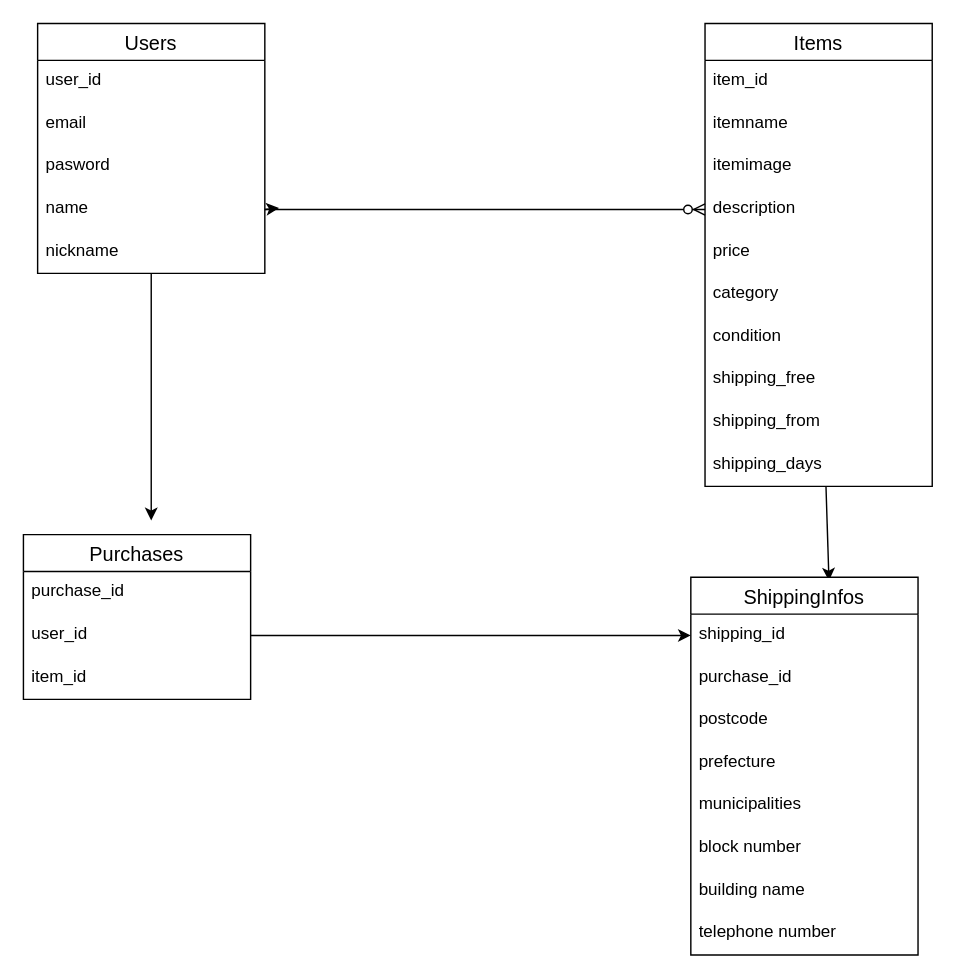
The draw.io diagram page "ページ2" (2 of 2) of ER図.dio in RAMENKIRA/furima-41267, before the edit. Source tidied: cells renumbered, new cells numbered last; positions are measured from the earlier drawing's top-left corner, leaving out a move shared by most shapes. Both pictures are drawn from the tidied source at 142%, with x=0, y=0 at pixel (23, 23).
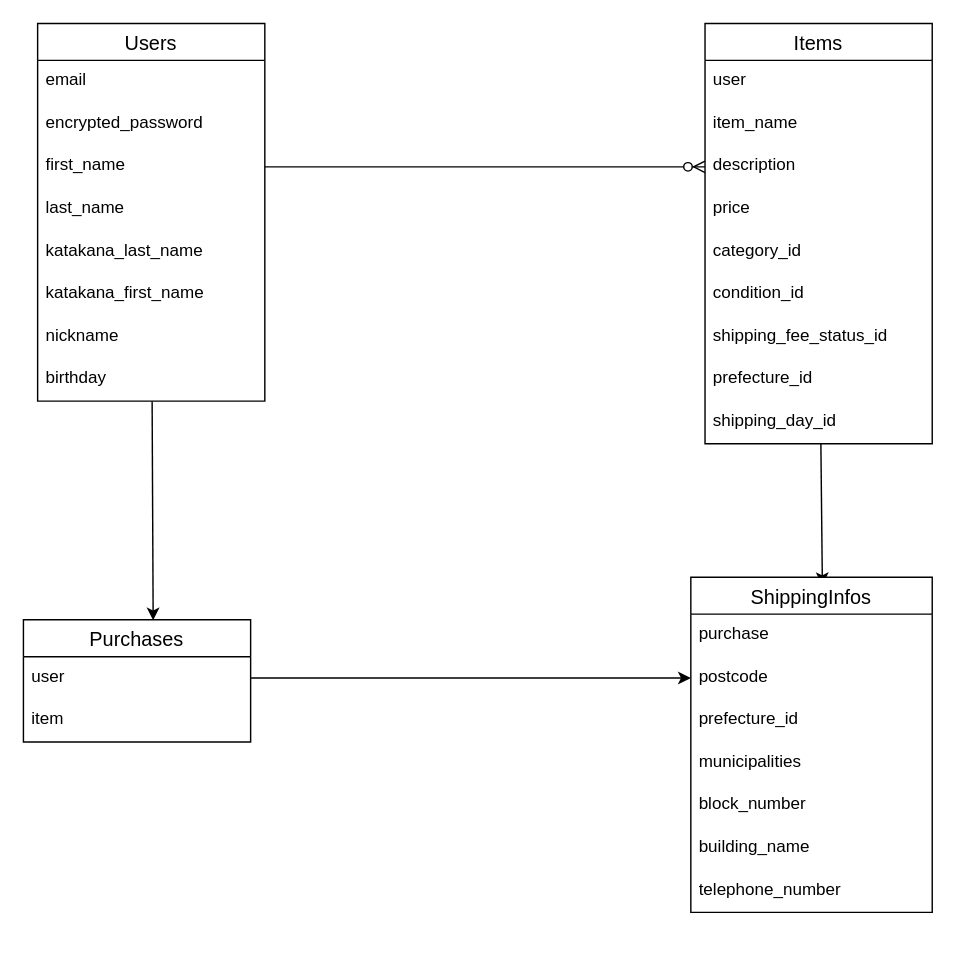
The same diagram, later.

The edit, as a diff of the source:
```diff
@@
-    <mxCell id="2" style="edgeStyle=none;html=1;" parent="1" edge="1" source="3">
-      <mxGeometry relative="1" as="geometry">
-        <mxPoint x="90" y="350" as="targetPoint" />
-      </mxGeometry>
+    <mxCell id="2" style="edgeStyle=none;html=1;entryX=0.571;entryY=0.004;entryDx=0;entryDy=0;entryPerimeter=0;" parent="1" edge="1" source="3" target="21">
+      <mxGeometry relative="1" as="geometry" />
     </mxCell>
     <mxCell id="3" value="Users" style="swimlane;fontStyle=0;horizontal=1;startSize=26;align=center;fontSize=14;" parent="1" vertex="1">
-      <mxGeometry x="10" width="160" height="176" as="geometry" />
+      <mxGeometry x="10" width="160" height="266" as="geometry" />
     </mxCell>
-    <mxCell id="4" value="user_id" style="text;strokeColor=none;fillColor=none;spacingLeft=4;spacingRight=4;overflow=hidden;fontSize=12;" parent="3" vertex="1">
-      <mxGeometry y="26" width="160" height="30" as="geometry" />
-    </mxCell>
     <mxCell id="5" value="email" style="text;strokeColor=none;fillColor=none;spacingLeft=4;spacingRight=4;overflow=hidden;fontSize=12;" parent="3" vertex="1">
-      <mxGeometry y="56" width="160" height="30" as="geometry" />
+      <mxGeometry y="26" width="160" height="30" as="geometry" />
     </mxCell>
-    <mxCell id="6" value="pasword" style="text;strokeColor=none;fillColor=none;spacingLeft=4;spacingRight=4;overflow=hidden;fontSize=12;" parent="3" vertex="1">
-      <mxGeometry y="86" width="160" height="30" as="geometry" />
+    <mxCell id="6" value="encrypted_password" style="text;strokeColor=none;fillColor=none;spacingLeft=4;spacingRight=4;overflow=hidden;fontSize=12;" parent="3" vertex="1">
+      <mxGeometry y="56" width="160" height="30" as="geometry" />
     </mxCell>
-    <mxCell id="7" value="name" style="text;strokeColor=none;fillColor=none;spacingLeft=4;spacingRight=4;overflow=hidden;points=[[0,0.5],[1,0.5]];portConstraint=eastwest;fontSize=12;" parent="3" vertex="1">
-      <mxGeometry y="116" width="160" height="30" as="geometry" />
+    <mxCell id="7" value="first_name" style="text;strokeColor=none;fillColor=none;spacingLeft=4;spacingRight=4;overflow=hidden;points=[[0,0.5],[1,0.5]];portConstraint=eastwest;fontSize=12;" parent="3" vertex="1">
+      <mxGeometry y="86" width="160" height="30" as="geometry" />
     </mxCell>
-    <mxCell id="8" value="nickname" style="text;strokeColor=none;fillColor=none;spacingLeft=4;spacingRight=4;overflow=hidden;fontSize=12;" parent="3" vertex="1">
-      <mxGeometry y="146" width="160" height="30" as="geometry" />
+    <mxCell id="8" value="last_name" style="text;strokeColor=none;fillColor=none;spacingLeft=4;spacingRight=4;overflow=hidden;fontSize=12;" parent="3" vertex="1">
+      <mxGeometry y="116" width="160" height="30" as="geometry" />
     </mxCell>
+    <mxCell id="38" value="katakana_last_name" style="text;strokeColor=none;fillColor=none;spacingLeft=4;spacingRight=4;overflow=hidden;fontSize=12;" parent="3" vertex="1">
+      <mxGeometry y="146" width="160" height="30" as="geometry" />
+    </mxCell>
+    <mxCell id="39" value="katakana_first_name" style="text;strokeColor=none;fillColor=none;spacingLeft=4;spacingRight=4;overflow=hidden;fontSize=12;" parent="3" vertex="1">
+      <mxGeometry y="176" width="160" height="30" as="geometry" />
+    </mxCell>
+    <mxCell id="40" value="nickname" style="text;strokeColor=none;fillColor=none;spacingLeft=4;spacingRight=4;overflow=hidden;fontSize=12;" parent="3" vertex="1">
+      <mxGeometry y="206" width="160" height="30" as="geometry" />
+    </mxCell>
+    <mxCell id="41" value="birthday" style="text;strokeColor=none;fillColor=none;spacingLeft=4;spacingRight=4;overflow=hidden;fontSize=12;" parent="3" vertex="1">
+      <mxGeometry y="236" width="160" height="30" as="geometry" />
+    </mxCell>
-    <mxCell id="9" style="edgeStyle=none;html=1;entryX=0.608;entryY=0.009;entryDx=0;entryDy=0;entryPerimeter=0;" parent="1" edge="1" source="10" target="25">
+    <mxCell id="9" style="edgeStyle=none;html=1;entryX=0.545;entryY=0.024;entryDx=0;entryDy=0;entryPerimeter=0;" parent="1" edge="1" source="10" target="25">
       <mxGeometry relative="1" as="geometry" />
     </mxCell>
     <mxCell id="10" value="Items" style="swimlane;fontStyle=0;horizontal=1;startSize=26;align=center;fontSize=14;" parent="1" vertex="1">
-      <mxGeometry x="480" width="160" height="326" as="geometry" />
+      <mxGeometry x="480" width="160" height="296" as="geometry" />
     </mxCell>
-    <mxCell id="11" value="item_id" style="text;strokeColor=none;fillColor=none;spacingLeft=4;spacingRight=4;overflow=hidden;fontSize=12;" parent="10" vertex="1">
-      <mxGeometry y="26" width="160" height="30" as="geometry" />
-    </mxCell>
-    <mxCell id="12" value="itemname" style="text;strokeColor=none;fillColor=none;spacingLeft=4;spacingRight=4;overflow=hidden;fontSize=12;" parent="10" vertex="1">
-      <mxGeometry y="56" width="160" height="30" as="geometry" />
+    <mxCell id="12" value="user" style="text;strokeColor=none;fillColor=none;spacingLeft=4;spacingRight=4;overflow=hidden;fontSize=12;" parent="10" vertex="1">
+      <mxGeometry y="26" width="160" height="30" as="geometry" />
     </mxCell>
-    <mxCell id="13" value="itemimage" style="text;strokeColor=none;fillColor=none;spacingLeft=4;spacingRight=4;overflow=hidden;fontSize=12;" parent="10" vertex="1">
-      <mxGeometry y="86" width="160" height="30" as="geometry" />
-    </mxCell>
+    <mxCell id="42" value="item_name" style="text;strokeColor=none;fillColor=none;spacingLeft=4;spacingRight=4;overflow=hidden;fontSize=12;" parent="10" vertex="1">
+      <mxGeometry y="56" width="160" height="30" as="geometry" />
+    </mxCell>
-    <mxCell id="14" value="description" style="text;strokeColor=none;fillColor=none;spacingLeft=4;spacingRight=4;overflow=hidden;points=[[0,0.5],[1,0.5]];portConstraint=eastwest;fontSize=12;" parent="10" vertex="1">
-      <mxGeometry y="116" width="160" height="30" as="geometry" />
+    <mxCell id="14" value="description " style="text;strokeColor=none;fillColor=none;spacingLeft=4;spacingRight=4;overflow=hidden;points=[[0,0.5],[1,0.5]];portConstraint=eastwest;fontSize=12;" parent="10" vertex="1">
+      <mxGeometry y="86" width="160" height="30" as="geometry" />
     </mxCell>
     <mxCell id="15" value="price" style="text;strokeColor=none;fillColor=none;spacingLeft=4;spacingRight=4;overflow=hidden;fontSize=12;" parent="10" vertex="1">
-      <mxGeometry y="146" width="160" height="30" as="geometry" />
+      <mxGeometry y="116" width="160" height="30" as="geometry" />
     </mxCell>
-    <mxCell id="16" value="category" style="text;strokeColor=none;fillColor=none;spacingLeft=4;spacingRight=4;overflow=hidden;fontSize=12;" parent="10" vertex="1">
-      <mxGeometry y="176" width="160" height="30" as="geometry" />
-    </mxCell>
-    <mxCell id="17" value="condition" style="text;strokeColor=none;fillColor=none;spacingLeft=4;spacingRight=4;overflow=hidden;fontSize=12;" parent="10" vertex="1">
-      <mxGeometry y="206" width="160" height="30" as="geometry" />
-    </mxCell>
-    <mxCell id="18" value="shipping_free" style="text;strokeColor=none;fillColor=none;spacingLeft=4;spacingRight=4;overflow=hidden;fontSize=12;" parent="10" vertex="1">
-      <mxGeometry y="236" width="160" height="30" as="geometry" />
-    </mxCell>
-    <mxCell id="19" value="shipping_from" style="text;strokeColor=none;fillColor=none;spacingLeft=4;spacingRight=4;overflow=hidden;fontSize=12;" parent="10" vertex="1">
-      <mxGeometry y="266" width="160" height="30" as="geometry" />
-    </mxCell>
-    <mxCell id="20" value="shipping_days" style="text;strokeColor=none;fillColor=none;spacingLeft=4;spacingRight=4;overflow=hidden;fontSize=12;" parent="10" vertex="1">
-      <mxGeometry y="296" width="160" height="30" as="geometry" />
-    </mxCell>
+    <mxCell id="43" value="category_id" style="text;strokeColor=none;fillColor=none;spacingLeft=4;spacingRight=4;overflow=hidden;fontSize=12;" parent="10" vertex="1">
+      <mxGeometry y="146" width="160" height="30" as="geometry" />
+    </mxCell>
+    <mxCell id="44" value="condition_id" style="text;strokeColor=none;fillColor=none;spacingLeft=4;spacingRight=4;overflow=hidden;fontSize=12;" parent="10" vertex="1">
+      <mxGeometry y="176" width="160" height="30" as="geometry" />
+    </mxCell>
+    <mxCell id="45" value="shipping_fee_status_id" style="text;strokeColor=none;fillColor=none;spacingLeft=4;spacingRight=4;overflow=hidden;fontSize=12;" parent="10" vertex="1">
+      <mxGeometry y="206" width="160" height="30" as="geometry" />
+    </mxCell>
+    <mxCell id="46" value="prefecture_id" style="text;strokeColor=none;fillColor=none;spacingLeft=4;spacingRight=4;overflow=hidden;fontSize=12;" parent="10" vertex="1">
+      <mxGeometry y="236" width="160" height="30" as="geometry" />
+    </mxCell>
+    <mxCell id="47" value="shipping_day_id" style="text;strokeColor=none;fillColor=none;spacingLeft=4;spacingRight=4;overflow=hidden;fontSize=12;" parent="10" vertex="1">
+      <mxGeometry y="266" width="160" height="30" as="geometry" />
+    </mxCell>
     <mxCell id="21" value="Purchases" style="swimlane;fontStyle=0;horizontal=1;startSize=26;align=center;fontSize=14;" parent="1" vertex="1">
-      <mxGeometry y="360" width="160" height="116" as="geometry" />
+      <mxGeometry y="420" width="160" height="86" as="geometry" />
     </mxCell>
-    <mxCell id="22" value="purchase_id" style="text;strokeColor=none;fillColor=none;spacingLeft=4;spacingRight=4;overflow=hidden;fontSize=12;" parent="21" vertex="1">
-      <mxGeometry y="26" width="160" height="30" as="geometry" />
-    </mxCell>
-    <mxCell id="23" value="user_id" style="text;strokeColor=none;fillColor=none;spacingLeft=4;spacingRight=4;overflow=hidden;points=[[0,0.5],[1,0.5]];portConstraint=eastwest;fontSize=12;" parent="21" vertex="1">
-      <mxGeometry y="56" width="160" height="30" as="geometry" />
+    <mxCell id="23" value="user&#10;" style="text;strokeColor=none;fillColor=none;spacingLeft=4;spacingRight=4;overflow=hidden;points=[[0,0.5],[1,0.5]];portConstraint=eastwest;fontSize=12;" parent="21" vertex="1">
+      <mxGeometry y="26" width="160" height="30" as="geometry" />
     </mxCell>
-    <mxCell id="24" style="text;strokeColor=none;fillColor=none;spacingLeft=4;spacingRight=4;overflow=hidden;fontSize=12;" parent="21" vertex="1">
-      <mxGeometry y="86" width="160" height="30" as="geometry" />
-    </mxCell>
+    <mxCell id="34" value="item" style="text;strokeColor=none;fillColor=none;spacingLeft=4;spacingRight=4;overflow=hidden;fontSize=12;" parent="21" vertex="1">
+      <mxGeometry y="56" width="160" height="30" as="geometry" />
+    </mxCell>
     <mxCell id="25" value="ShippingInfos" style="swimlane;fontStyle=0;horizontal=1;startSize=26;align=center;fontSize=14;" parent="1" vertex="1">
-      <mxGeometry x="470" y="390" width="160" height="266" as="geometry" />
+      <mxGeometry x="470" y="390" width="170" height="236" as="geometry" />
     </mxCell>
-    <mxCell id="26" value="shipping_id" style="text;strokeColor=none;fillColor=none;spacingLeft=4;spacingRight=4;overflow=hidden;points=[[0,0.5],[1,0.5]];portConstraint=eastwest;fontSize=12;" parent="25" vertex="1">
-      <mxGeometry y="26" width="160" height="30" as="geometry" />
+    <mxCell id="26" value="purchase" style="text;strokeColor=none;fillColor=none;spacingLeft=4;spacingRight=4;overflow=hidden;points=[[0,0.5],[1,0.5]];portConstraint=eastwest;fontSize=12;" parent="25" vertex="1">
+      <mxGeometry y="26" width="170" height="30" as="geometry" />
     </mxCell>
-    <mxCell id="27" value="purchase_id" style="text;strokeColor=none;fillColor=none;spacingLeft=4;spacingRight=4;overflow=hidden;points=[[0,0.5],[1,0.5]];portConstraint=eastwest;fontSize=12;" parent="25" vertex="1">
-      <mxGeometry y="56" width="160" height="30" as="geometry" />
+    <mxCell id="27" value="postcode" style="text;strokeColor=none;fillColor=none;spacingLeft=4;spacingRight=4;overflow=hidden;points=[[0,0.5],[1,0.5]];portConstraint=eastwest;fontSize=12;" parent="25" vertex="1">
+      <mxGeometry y="56" width="170" height="30" as="geometry" />
     </mxCell>
-    <mxCell id="28" value="postcode" style="text;strokeColor=none;fillColor=none;spacingLeft=4;spacingRight=4;overflow=hidden;fontSize=12;" parent="25" vertex="1">
-      <mxGeometry y="86" width="160" height="30" as="geometry" />
+    <mxCell id="28" value="prefecture_id" style="text;strokeColor=none;fillColor=none;spacingLeft=4;spacingRight=4;overflow=hidden;fontSize=12;" parent="25" vertex="1">
+      <mxGeometry y="86" width="170" height="30" as="geometry" />
     </mxCell>
-    <mxCell id="29" value="prefecture" style="text;strokeColor=none;fillColor=none;spacingLeft=4;spacingRight=4;overflow=hidden;fontSize=12;" parent="25" vertex="1">
-      <mxGeometry y="116" width="160" height="30" as="geometry" />
+    <mxCell id="29" value="municipalities" style="text;strokeColor=none;fillColor=none;spacingLeft=4;spacingRight=4;overflow=hidden;fontSize=12;" parent="25" vertex="1">
+      <mxGeometry y="116" width="170" height="30" as="geometry" />
     </mxCell>
-    <mxCell id="30" value="municipalities" style="text;strokeColor=none;fillColor=none;spacingLeft=4;spacingRight=4;overflow=hidden;fontSize=12;" parent="25" vertex="1">
-      <mxGeometry y="146" width="160" height="30" as="geometry" />
+    <mxCell id="30" value="block_number" style="text;strokeColor=none;fillColor=none;spacingLeft=4;spacingRight=4;overflow=hidden;fontSize=12;" parent="25" vertex="1">
+      <mxGeometry y="146" width="170" height="30" as="geometry" />
     </mxCell>
-    <mxCell id="31" value="block number" style="text;strokeColor=none;fillColor=none;spacingLeft=4;spacingRight=4;overflow=hidden;fontSize=12;" parent="25" vertex="1">
-      <mxGeometry y="176" width="160" height="30" as="geometry" />
+    <mxCell id="31" value="building_name" style="text;strokeColor=none;fillColor=none;spacingLeft=4;spacingRight=4;overflow=hidden;fontSize=12;" parent="25" vertex="1">
+      <mxGeometry y="176" width="170" height="30" as="geometry" />
     </mxCell>
-    <mxCell id="32" value="building name" style="text;strokeColor=none;fillColor=none;spacingLeft=4;spacingRight=4;overflow=hidden;fontSize=12;" parent="25" vertex="1">
-      <mxGeometry y="206" width="160" height="30" as="geometry" />
+    <mxCell id="32" value="telephone_number" style="text;strokeColor=none;fillColor=none;spacingLeft=4;spacingRight=4;overflow=hidden;fontSize=12;" parent="25" vertex="1">
+      <mxGeometry y="206" width="170" height="30" as="geometry" />
     </mxCell>
-    <mxCell id="33" value="telephone number" style="text;strokeColor=none;fillColor=none;spacingLeft=4;spacingRight=4;overflow=hidden;fontSize=12;" parent="25" vertex="1">
-      <mxGeometry y="236" width="160" height="30" as="geometry" />
-    </mxCell>
-    <mxCell id="34" value="item_id" style="text;strokeColor=none;fillColor=none;spacingLeft=4;spacingRight=4;overflow=hidden;fontSize=12;" parent="1" vertex="1">
-      <mxGeometry y="446" width="160" height="30" as="geometry" />
-    </mxCell>
-    <mxCell id="35" style="edgeStyle=none;html=1;exitX=1;exitY=0.5;exitDx=0;exitDy=0;" parent="1" edge="1" source="7">
-      <mxGeometry relative="1" as="geometry">
-        <mxPoint x="180" y="130" as="targetPoint" />
-      </mxGeometry>
-    </mxCell>
@@
-    <mxCell id="37" style="edgeStyle=none;html=1;entryX=0;entryY=0.5;entryDx=0;entryDy=0;" parent="1" edge="1" source="23" target="26">
+    <mxCell id="37" style="edgeStyle=none;html=1;entryX=0;entryY=0.5;entryDx=0;entryDy=0;" parent="1" edge="1" source="23" target="27">
       <mxGeometry relative="1" as="geometry" />
     </mxCell>
```
